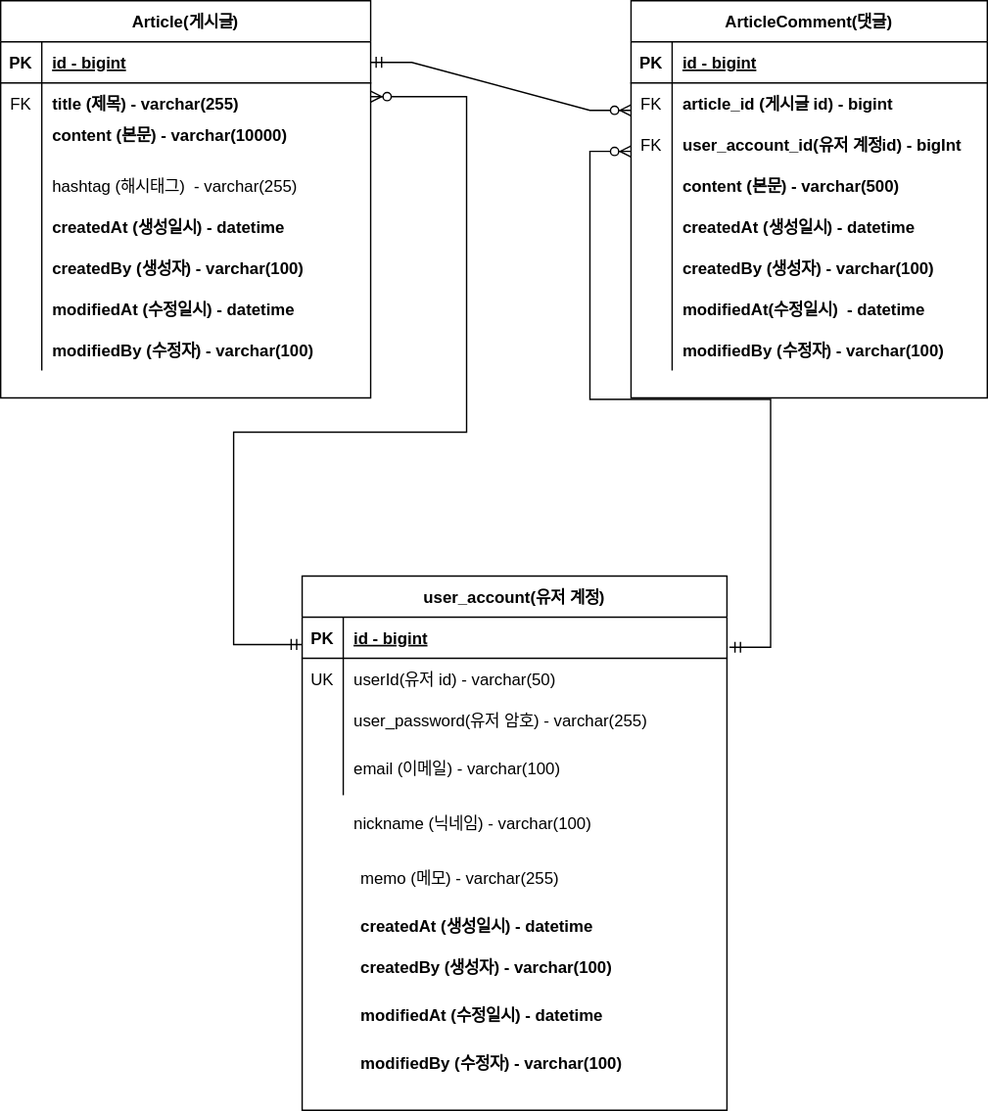
The draw.io diagram document/project-board-erd.svg in ikyoon0619/board-service, before a commit. Source tidied: cells renumbered, new cells last; positions are measured from the earlier drawing's top-left corner, leaving out a move shared by most shapes.
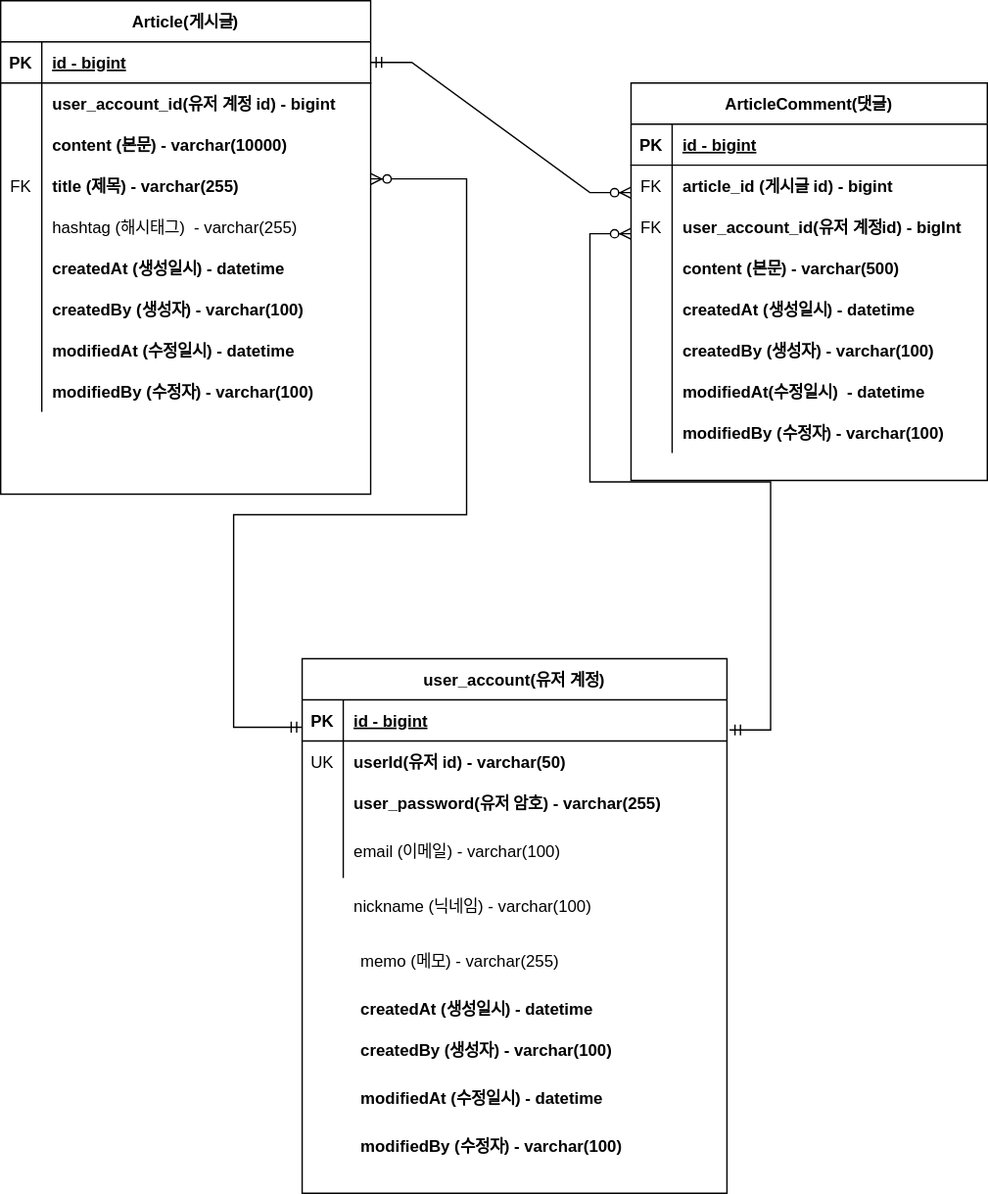
After the commit.

Change to the diagram source:
```diff
@@ -3,7 +3,7 @@
     <mxCell id="0" />
     <mxCell id="1" parent="0" />
     <mxCell id="2" value="Article(게시글)" style="shape=table;startSize=30;rowLines=0;fontStyle=1;align=center;" parent="1" vertex="1">
-      <mxGeometry width="270" height="290" as="geometry" />
+      <mxGeometry y="-60" width="270" height="360" as="geometry" />
     </mxCell>
     <mxCell id="3" style="shape=tableRow;horizontal=0;startSize=0;swimlaneHead=0;swimlaneBody=0;fillColor=none;points=[[0,0.5],[1,0.5]];portConstraint=eastwest;top=0;left=0;right=0;bottom=1;" parent="2" vertex="1">
       <mxGeometry y="30" width="270" height="30" as="geometry" />
@@ -14,8 +14,26 @@
     <mxCell id="5" value="id - bigint" style="shape=partialRectangle;fillColor=none;top=0;left=0;bottom=0;right=0;align=left;spacingLeft=6;fontStyle=5;overflow=hidden;" parent="3" vertex="1">
       <mxGeometry x="30" width="240" height="30" as="geometry" />
     </mxCell>
+    <mxCell id="74" style="shape=tableRow;horizontal=0;startSize=0;swimlaneHead=0;swimlaneBody=0;fillColor=none;top=0;left=0;right=0;bottom=0;" parent="2" vertex="1">
+      <mxGeometry y="60" width="270" height="30" as="geometry" />
+    </mxCell>
+    <mxCell id="75" style="shape=partialRectangle;fillColor=none;top=0;left=0;bottom=0;right=0;overflow=hidden;" parent="74" vertex="1">
+      <mxGeometry width="30" height="30" as="geometry" />
+    </mxCell>
+    <mxCell id="76" value="user_account_id(유저 계정 id) - bigint" style="shape=partialRectangle;fillColor=none;top=0;left=0;bottom=0;right=0;align=left;spacingLeft=6;overflow=hidden;fontStyle=1;" parent="74" vertex="1">
+      <mxGeometry x="30" width="240" height="30" as="geometry" />
+    </mxCell>
+    <mxCell id="9" style="shape=tableRow;horizontal=0;startSize=0;swimlaneHead=0;swimlaneBody=0;fillColor=none;top=0;left=0;right=0;bottom=0;" parent="2" vertex="1">
+      <mxGeometry y="90" width="270" height="30" as="geometry" />
+    </mxCell>
+    <mxCell id="10" style="shape=partialRectangle;fillColor=none;top=0;left=0;bottom=0;right=0;overflow=hidden;" parent="9" vertex="1">
+      <mxGeometry width="30" height="30" as="geometry" />
+    </mxCell>
+    <mxCell id="11" value="content (본문) - varchar(10000)" style="shape=partialRectangle;fillColor=none;top=0;left=0;bottom=0;right=0;align=left;spacingLeft=6;overflow=hidden;fontStyle=1;" parent="9" vertex="1">
+      <mxGeometry x="30" width="240" height="30" as="geometry" />
+    </mxCell>
     <mxCell id="6" style="shape=tableRow;horizontal=0;startSize=0;swimlaneHead=0;swimlaneBody=0;fillColor=none;top=0;left=0;right=0;bottom=0;" parent="2" vertex="1">
-      <mxGeometry y="60" width="270" height="30" as="geometry" />
+      <mxGeometry y="120" width="270" height="30" as="geometry" />
     </mxCell>
     <mxCell id="7" value="FK" style="shape=partialRectangle;fillColor=none;top=0;left=0;bottom=0;right=0;overflow=hidden;" parent="6" vertex="1">
       <mxGeometry width="30" height="30" as="geometry" />
@@ -23,17 +41,8 @@
     <mxCell id="8" value="title (제목) - varchar(255)" style="shape=partialRectangle;fillColor=none;top=0;left=0;bottom=0;right=0;align=left;spacingLeft=6;overflow=hidden;fontStyle=1;" parent="6" vertex="1">
       <mxGeometry x="30" width="240" height="30" as="geometry" />
     </mxCell>
-    <mxCell id="9" style="shape=tableRow;horizontal=0;startSize=0;swimlaneHead=0;swimlaneBody=0;fillColor=none;top=0;left=0;right=0;bottom=0;" parent="2" vertex="1">
-      <mxGeometry y="90" width="270" height="30" as="geometry" />
-    </mxCell>
-    <mxCell id="10" style="shape=partialRectangle;fillColor=none;top=0;left=0;bottom=0;right=0;overflow=hidden;" parent="9" vertex="1">
-      <mxGeometry width="30" height="30" as="geometry" />
-    </mxCell>
-    <mxCell id="11" value="content (본문) - varchar(10000)&#10; " style="shape=partialRectangle;fillColor=none;top=0;left=0;bottom=0;right=0;align=left;spacingLeft=6;overflow=hidden;fontStyle=1;" parent="9" vertex="1">
-      <mxGeometry x="30" width="240" height="30" as="geometry" />
-    </mxCell>
     <mxCell id="12" style="shape=tableRow;horizontal=0;startSize=0;swimlaneHead=0;swimlaneBody=0;fillColor=none;top=0;left=0;right=0;bottom=0;" parent="2" vertex="1">
-      <mxGeometry y="120" width="270" height="30" as="geometry" />
+      <mxGeometry y="150" width="270" height="30" as="geometry" />
     </mxCell>
     <mxCell id="13" style="shape=partialRectangle;fillColor=none;top=0;left=0;bottom=0;right=0;overflow=hidden;" parent="12" vertex="1">
       <mxGeometry width="30" height="30" as="geometry" />
@@ -42,7 +51,7 @@
       <mxGeometry x="30" width="240" height="30" as="geometry" />
     </mxCell>
     <mxCell id="15" style="shape=tableRow;horizontal=0;startSize=0;swimlaneHead=0;swimlaneBody=0;fillColor=none;top=0;left=0;right=0;bottom=0;" parent="2" vertex="1">
-      <mxGeometry y="150" width="270" height="30" as="geometry" />
+      <mxGeometry y="180" width="270" height="30" as="geometry" />
     </mxCell>
     <mxCell id="16" style="shape=partialRectangle;fillColor=none;top=0;left=0;bottom=0;right=0;overflow=hidden;" parent="15" vertex="1">
       <mxGeometry width="30" height="30" as="geometry" />
@@ -51,7 +60,7 @@
       <mxGeometry x="30" width="240" height="30" as="geometry" />
     </mxCell>
     <mxCell id="18" style="shape=tableRow;horizontal=0;startSize=0;swimlaneHead=0;swimlaneBody=0;fillColor=none;top=0;left=0;right=0;bottom=0;" parent="2" vertex="1">
-      <mxGeometry y="180" width="270" height="30" as="geometry" />
+      <mxGeometry y="210" width="270" height="30" as="geometry" />
     </mxCell>
     <mxCell id="19" style="shape=partialRectangle;fillColor=none;top=0;left=0;bottom=0;right=0;overflow=hidden;" parent="18" vertex="1">
       <mxGeometry width="30" height="30" as="geometry" />
@@ -60,7 +69,7 @@
       <mxGeometry x="30" width="240" height="30" as="geometry" />
     </mxCell>
     <mxCell id="21" style="shape=tableRow;horizontal=0;startSize=0;swimlaneHead=0;swimlaneBody=0;fillColor=none;top=0;left=0;right=0;bottom=0;" parent="2" vertex="1">
-      <mxGeometry y="210" width="270" height="30" as="geometry" />
+      <mxGeometry y="240" width="270" height="30" as="geometry" />
     </mxCell>
     <mxCell id="22" style="shape=partialRectangle;fillColor=none;top=0;left=0;bottom=0;right=0;overflow=hidden;" parent="21" vertex="1">
       <mxGeometry width="30" height="30" as="geometry" />
@@ -69,7 +78,7 @@
       <mxGeometry x="30" width="240" height="30" as="geometry" />
     </mxCell>
     <mxCell id="24" style="shape=tableRow;horizontal=0;startSize=0;swimlaneHead=0;swimlaneBody=0;fillColor=none;top=0;left=0;right=0;bottom=0;" parent="2" vertex="1">
-      <mxGeometry y="240" width="270" height="30" as="geometry" />
+      <mxGeometry y="270" width="270" height="30" as="geometry" />
     </mxCell>
     <mxCell id="25" style="shape=partialRectangle;fillColor=none;top=0;left=0;bottom=0;right=0;overflow=hidden;" parent="24" vertex="1">
       <mxGeometry width="30" height="30" as="geometry" />
@@ -175,7 +184,7 @@
     <mxCell id="58" value="UK" style="shape=partialRectangle;fillColor=none;top=0;left=0;bottom=0;right=0;overflow=hidden;" parent="57" vertex="1">
       <mxGeometry width="30" height="30" as="geometry" />
     </mxCell>
-    <mxCell id="59" value="userId(유저 id) - varchar(50)" style="shape=partialRectangle;fillColor=none;top=0;left=0;bottom=0;right=0;align=left;spacingLeft=6;overflow=hidden;" parent="57" vertex="1">
+    <mxCell id="59" value="userId(유저 id) - varchar(50)" style="shape=partialRectangle;fillColor=none;top=0;left=0;bottom=0;right=0;align=left;spacingLeft=6;overflow=hidden;fontStyle=1;" parent="57" vertex="1">
       <mxGeometry x="30" width="280" height="30" as="geometry" />
     </mxCell>
     <mxCell id="60" style="shape=tableRow;horizontal=0;startSize=0;swimlaneHead=0;swimlaneBody=0;fillColor=none;top=0;left=0;right=0;bottom=0;" parent="53" vertex="1">
@@ -184,7 +193,7 @@
     <mxCell id="61" style="shape=partialRectangle;fillColor=none;top=0;left=0;bottom=0;right=0;overflow=hidden;" parent="60" vertex="1">
       <mxGeometry width="30" height="30" as="geometry" />
     </mxCell>
-    <mxCell id="62" value="user_password(유저 암호) - varchar(255)" style="shape=partialRectangle;fillColor=none;top=0;left=0;bottom=0;right=0;align=left;spacingLeft=6;overflow=hidden;" parent="60" vertex="1">
+    <mxCell id="62" value="user_password(유저 암호) - varchar(255)" style="shape=partialRectangle;fillColor=none;top=0;left=0;bottom=0;right=0;align=left;spacingLeft=6;overflow=hidden;fontStyle=1;" parent="60" vertex="1">
       <mxGeometry x="30" width="280" height="30" as="geometry" />
     </mxCell>
     <mxCell id="63" style="shape=tableRow;horizontal=0;startSize=0;swimlaneHead=0;swimlaneBody=0;fillColor=none;top=0;left=0;right=0;bottom=0;" parent="53" vertex="1">
```
